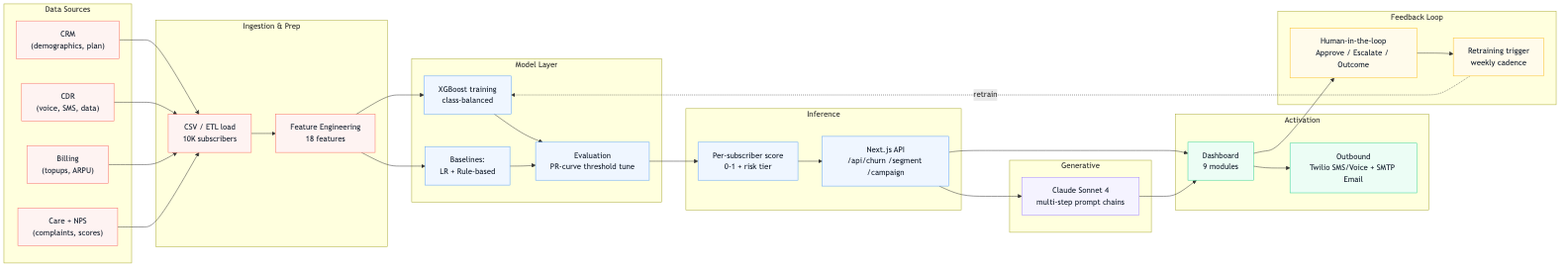
The Mermaid diagram docs/diagrams/ai_factory.png in mn3265-commits/telcopulse-ai, before a commit. Its source is kept beside it as docs/diagrams/ai_factory.mmd. The source it was exported from:
```mermaid
flowchart LR
    subgraph S1["Data Sources"]
        DS1["CRM<br/>(demographics, plan)"]
        DS2["CDR<br/>(voice, SMS, data)"]
        DS3["Billing<br/>(topups, ARPU)"]
        DS4["Care + NPS<br/>(complaints, scores)"]
    end

    subgraph S2["Ingestion & Prep"]
        IN["CSV / ETL load<br/>10K subscribers"]
        FE["Feature Engineering<br/>18 features"]
    end

    subgraph S3["Model Layer"]
        TR["XGBoost training<br/>class-balanced"]
        BL["Baselines:<br/>LR + Rule-based"]
        EV["Evaluation<br/>PR-curve threshold tune"]
    end

    subgraph S4["Inference"]
        SC["Per-subscriber score<br/>0-1 + risk tier"]
        API["Next.js API<br/>/api/churn /segment /campaign"]
    end

    subgraph S5["Generative"]
        CL["Claude Sonnet 4<br/>multi-step prompt chains"]
    end

    subgraph S6["Activation"]
        UI["Dashboard<br/>9 modules"]
        OUT["Outbound<br/>Twilio SMS/Voice + SMTP Email"]
    end

    subgraph S7["Feedback Loop"]
        HITL["Human-in-the-loop<br/>Approve / Escalate / Outcome"]
        RT["Retraining trigger<br/>weekly cadence"]
    end

    DS1 --> IN
    DS2 --> IN
    DS3 --> IN
    DS4 --> IN
    IN --> FE
    FE --> TR
    FE --> BL
    TR --> EV
    BL --> EV
    EV --> SC
    SC --> API
    API --> CL
    API --> UI
    CL --> UI
    UI --> OUT
    UI --> HITL
    HITL --> RT
    RT -.->|retrain| TR

    classDef data fill:#FEF3F2,stroke:#F97066,stroke-width:1px,color:#1F2937
    classDef compute fill:#EFF6FF,stroke:#60A5FA,stroke-width:1px,color:#1F2937
    classDef gen fill:#F5F3FF,stroke:#A78BFA,stroke-width:1px,color:#1F2937
    classDef out fill:#ECFDF5,stroke:#34D399,stroke-width:1px,color:#1F2937
    classDef fb fill:#FFFBEB,stroke:#FBBF24,stroke-width:1px,color:#1F2937

    class DS1,DS2,DS3,DS4,IN,FE data
    class TR,BL,EV,SC,API compute
    class CL gen
    class UI,OUT out
    class HITL,RT fb
```
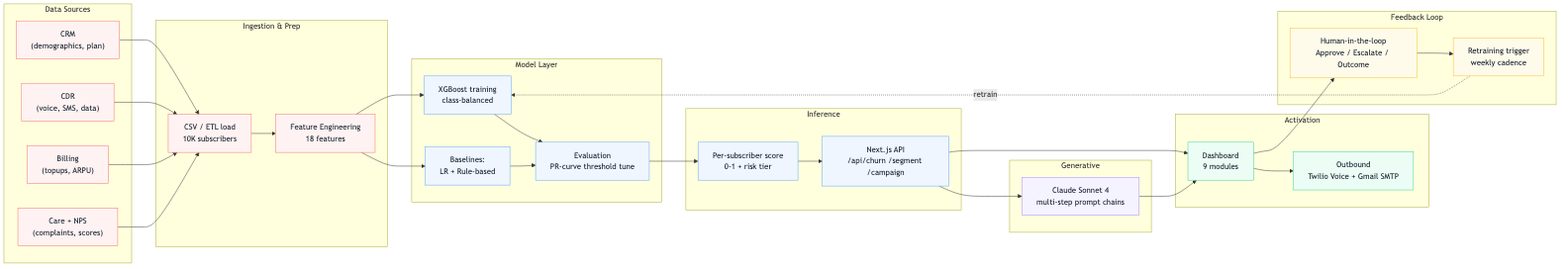
The same diagram one commit later.

Commit message:
Cross-check fixes: align README, deployment guide, and diagrams with the actual codebase

Change to the diagram source:
```diff
@@ -28,7 +28,7 @@
 
     subgraph S6["Activation"]
         UI["Dashboard<br/>9 modules"]
-        OUT["Outbound<br/>Twilio SMS/Voice + SMTP Email"]
+        OUT["Outbound<br/>Twilio Voice + Gmail SMTP"]
     end
 
     subgraph S7["Feedback Loop"]
```
